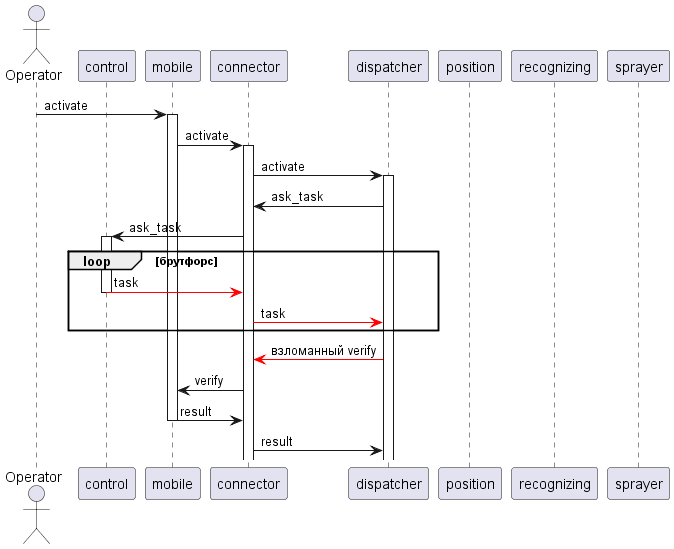
This is pics/sd_6.png from sergey-sobolev/cyberimmune-systems-case-study-drone, a PlantUML export, as it was before one commit.
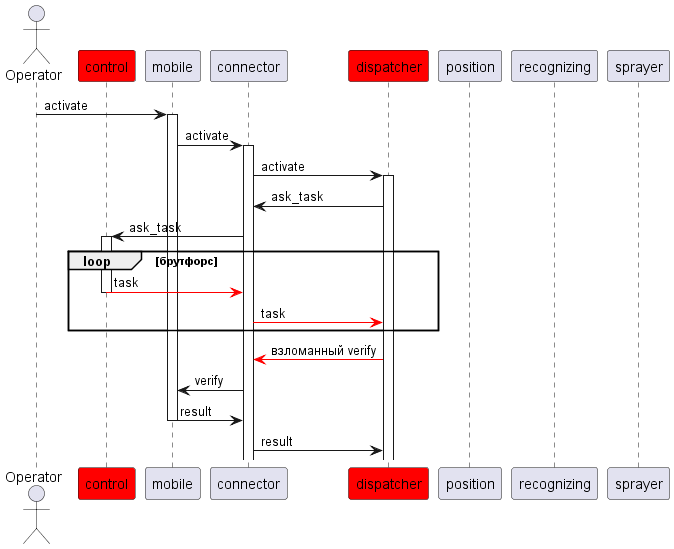
The same diagram one commit later.

Change to the diagram source:
```diff
@@ -1,9 +1,9 @@
 @startuml
 actor "Operator" as c
-participant control
+participant control #red
 participant mobile
 participant connector
-participant dispatcher
+participant dispatcher #red
 participant position
 participant recognizing
 participant sprayer
```
